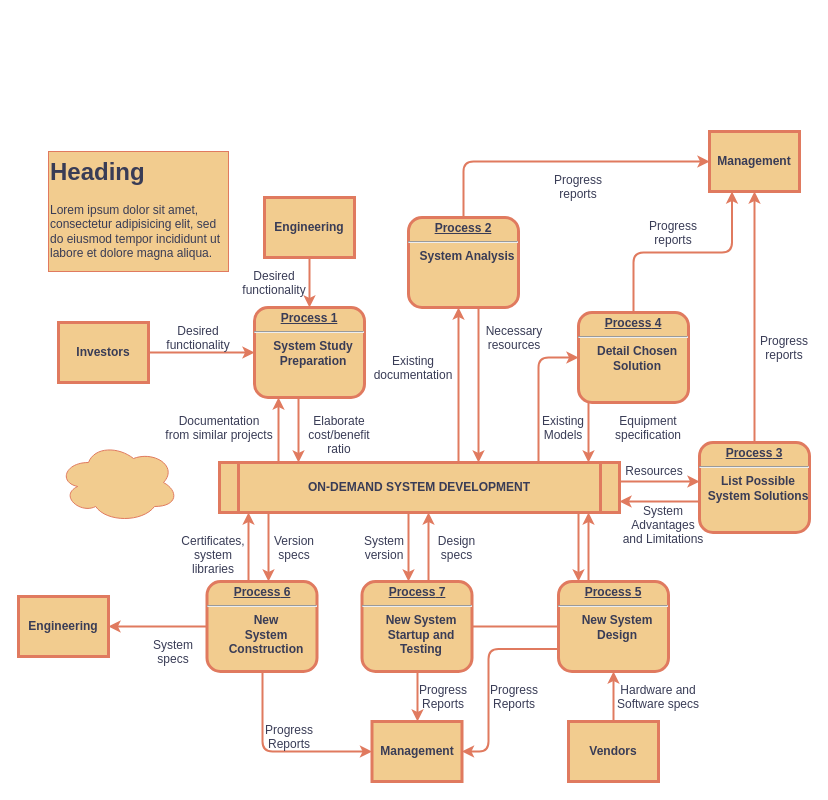
Before: 未命名绘图.drawio in hardy1213/test_tool, a draw.io diagram. Source tidied: cells renumbered, new cells numbered last; positions are measured from the earlier drawing's top-left corner, leaving out a move shared by most shapes. Both pictures are drawn from the tidied source at 100%, with x=0, y=0 at pixel (18, 131).
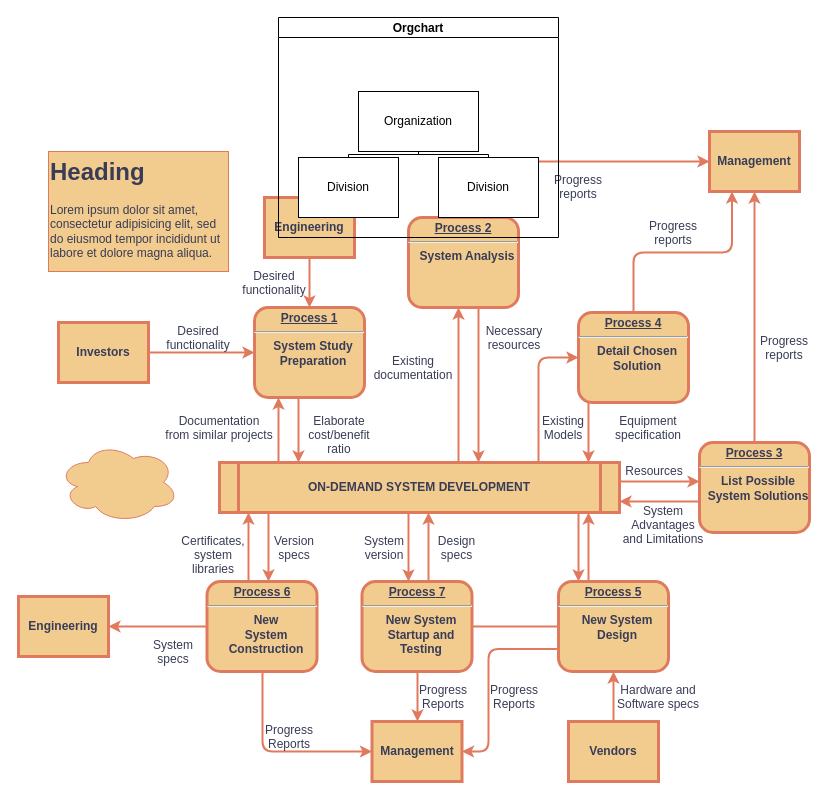
Above is the later version.

Commit message (it also covers changes not shown here):
更新未命名绘图.drawio

Diff of the diagram source:
```diff
@@
+    <mxCell id="65" value="Orgchart" style="swimlane;startSize=20;horizontal=1;containerType=tree;newEdgeStyle={&quot;edgeStyle&quot;:&quot;elbowEdgeStyle&quot;,&quot;startArrow&quot;:&quot;none&quot;,&quot;endArrow&quot;:&quot;none&quot;};" parent="1" vertex="1">
+      <mxGeometry x="260" y="-114" width="280" height="220" as="geometry" />
+    </mxCell>
+    <mxCell id="66" style="edgeStyle=elbowEdgeStyle;elbow=vertical;sourcePerimeterSpacing=0;targetPerimeterSpacing=0;startArrow=none;endArrow=none;rounded=0;curved=0;fontSize=12;startSize=8;endSize=8;" parent="65" edge="1" source="68" target="69">
+      <mxGeometry relative="1" as="geometry" />
+    </mxCell>
+    <mxCell id="67" style="edgeStyle=elbowEdgeStyle;elbow=vertical;sourcePerimeterSpacing=0;targetPerimeterSpacing=0;startArrow=none;endArrow=none;rounded=0;curved=0;fontSize=12;startSize=8;endSize=8;" parent="65" edge="1" source="68" target="70">
+      <mxGeometry relative="1" as="geometry" />
+    </mxCell>
+    <mxCell id="68" value="Organization" style="whiteSpace=wrap;html=1;align=center;newEdgeStyle={&quot;edgeStyle&quot;:&quot;elbowEdgeStyle&quot;,&quot;startArrow&quot;:&quot;none&quot;,&quot;endArrow&quot;:&quot;none&quot;};" parent="65" vertex="1">
+      <mxGeometry x="80" y="74" width="120" height="60" as="geometry" />
+    </mxCell>
+    <mxCell id="69" value="Division" style="whiteSpace=wrap;html=1;align=center;verticalAlign=middle;newEdgeStyle={&quot;edgeStyle&quot;:&quot;elbowEdgeStyle&quot;,&quot;startArrow&quot;:&quot;none&quot;,&quot;endArrow&quot;:&quot;none&quot;};" parent="65" vertex="1">
+      <mxGeometry x="20" y="140" width="100" height="60" as="geometry" />
+    </mxCell>
+    <mxCell id="70" value="Division" style="whiteSpace=wrap;html=1;align=center;verticalAlign=middle;newEdgeStyle={&quot;edgeStyle&quot;:&quot;elbowEdgeStyle&quot;,&quot;startArrow&quot;:&quot;none&quot;,&quot;endArrow&quot;:&quot;none&quot;};" parent="65" vertex="1">
+      <mxGeometry x="160" y="140" width="100" height="60" as="geometry" />
+    </mxCell>
```
